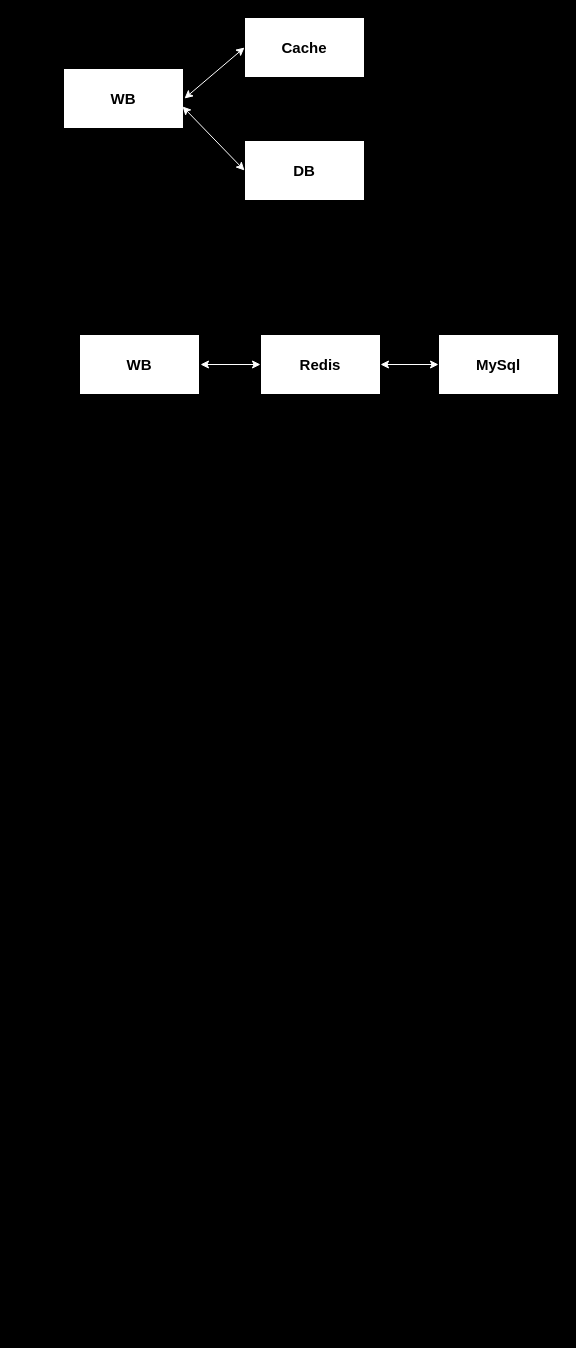
easy-chu/Pebble keeps this draw.io diagram as temp.drawio. Above is the earlier version. Source tidied: cells renumbered, new cells numbered last; positions are measured from the earlier drawing's top-left corner, leaving out a move shared by most shapes. Both pictures are drawn from the tidied source at 100%, with x=0, y=0 at pixel (63, 17).
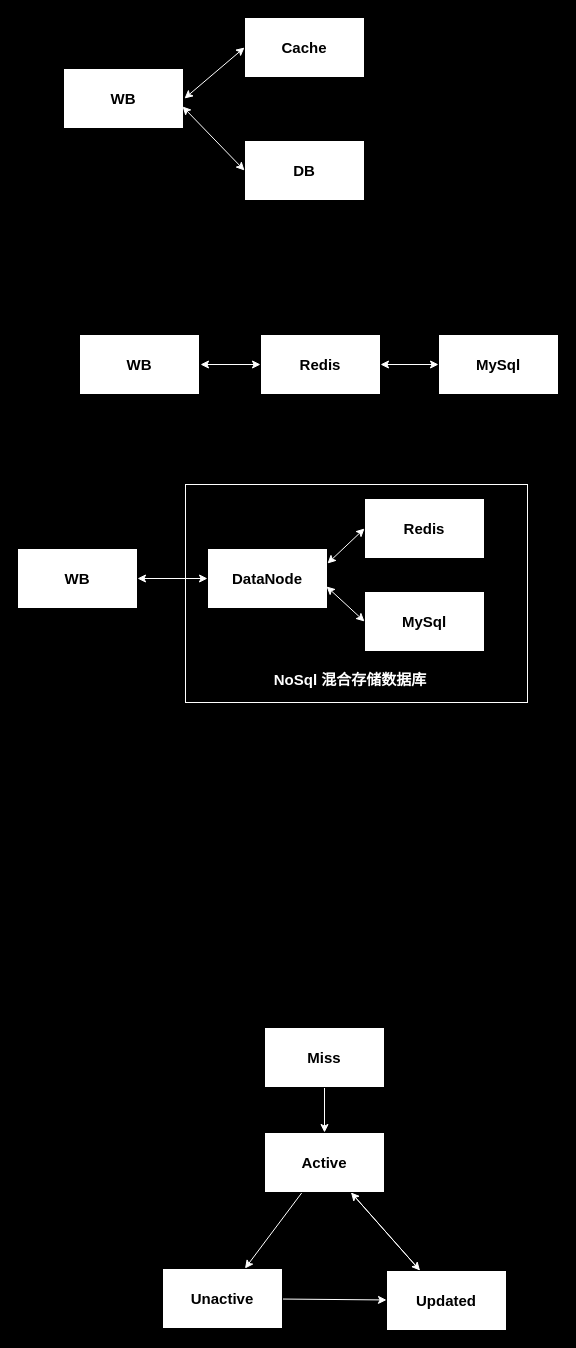
Above is the later version.

Diff of the diagram source:
```diff
@@
+    <mxCell id="14" value="DataNode" style="whiteSpace=wrap;html=1;fontSize=15;fontStyle=1;" parent="1" vertex="1">
+      <mxGeometry x="144" y="531" width="120" height="60" as="geometry" />
+    </mxCell>
+    <mxCell id="15" value="Redis" style="whiteSpace=wrap;html=1;fontSize=15;fontStyle=1;" parent="1" vertex="1">
+      <mxGeometry x="301" y="481" width="120" height="60" as="geometry" />
+    </mxCell>
+    <mxCell id="16" value="MySql" style="whiteSpace=wrap;html=1;fontSize=15;fontStyle=1;" parent="1" vertex="1">
+      <mxGeometry x="301" y="574" width="120" height="60" as="geometry" />
+    </mxCell>
+    <mxCell id="17" style="endArrow=classic;startArrow=classic;html=1;fontSize=15;entryX=0;entryY=0.5;entryDx=0;entryDy=0;exitX=1;exitY=0.5;exitDx=0;exitDy=0;" parent="1" edge="1" source="14" target="15">
+      <mxGeometry relative="1" as="geometry" />
+    </mxCell>
+    <mxCell id="18" style="endArrow=classic;startArrow=classic;html=1;strokeColor=#FFFFFF;entryX=0;entryY=0.5;entryDx=0;entryDy=0;exitX=1;exitY=0.25;exitDx=0;exitDy=0;" parent="1" edge="1" source="14" target="15">
+      <mxGeometry relative="1" as="geometry" />
+    </mxCell>
+    <mxCell id="19" style="endArrow=classic;startArrow=classic;html=1;strokeColor=#FFFFFF;entryX=0;entryY=0.5;entryDx=0;entryDy=0;exitX=0.992;exitY=0.633;exitDx=0;exitDy=0;exitPerimeter=0;" parent="1" edge="1" source="14" target="16">
+      <mxGeometry relative="1" as="geometry" />
+    </mxCell>
+    <mxCell id="20" style="edgeStyle=orthogonalEdgeStyle;curved=0;rounded=1;sketch=0;jettySize=auto;html=1;strokeColor=#FFFFFF;startArrow=classic;startFill=1;" parent="1" edge="1" source="21" target="14">
+      <mxGeometry relative="1" as="geometry" />
+    </mxCell>
+    <mxCell id="21" value="WB" style="whiteSpace=wrap;html=1;fontSize=15;fontStyle=1;" parent="1" vertex="1">
+      <mxGeometry x="-46" y="531" width="120" height="60" as="geometry" />
+    </mxCell>
+    <mxCell id="22" style="edgeStyle=none;rounded=1;sketch=0;jettySize=auto;html=1;startArrow=none;startFill=0;strokeColor=#FFFFFF;" parent="1" edge="1" source="23" target="26">
+      <mxGeometry relative="1" as="geometry" />
+    </mxCell>
+    <mxCell id="23" value="Updated" style="whiteSpace=wrap;html=1;fontSize=15;fontStyle=1;" parent="1" vertex="1">
+      <mxGeometry x="323" y="1253" width="120" height="60" as="geometry" />
+    </mxCell>
+    <mxCell id="24" style="rounded=1;sketch=0;jettySize=auto;html=1;startArrow=none;startFill=0;strokeColor=#FFFFFF;" parent="1" edge="1" source="26" target="28">
+      <mxGeometry relative="1" as="geometry" />
+    </mxCell>
+    <mxCell id="25" style="edgeStyle=none;rounded=1;sketch=0;jettySize=auto;html=1;startArrow=none;startFill=0;strokeColor=#FFFFFF;" parent="1" edge="1" source="26" target="23">
+      <mxGeometry relative="1" as="geometry" />
+    </mxCell>
+    <mxCell id="26" value="Active" style="whiteSpace=wrap;html=1;fontSize=15;fontStyle=1;" parent="1" vertex="1">
+      <mxGeometry x="201" y="1115" width="120" height="60" as="geometry" />
+    </mxCell>
+    <mxCell id="27" style="edgeStyle=none;rounded=1;sketch=0;jettySize=auto;html=1;startArrow=none;startFill=0;strokeColor=#FFFFFF;" parent="1" edge="1" source="28" target="23">
+      <mxGeometry relative="1" as="geometry" />
+    </mxCell>
+    <mxCell id="28" value="Unactive" style="whiteSpace=wrap;html=1;fontSize=15;fontStyle=1;" parent="1" vertex="1">
+      <mxGeometry x="99" y="1251" width="120" height="60" as="geometry" />
+    </mxCell>
+    <mxCell id="29" style="rounded=1;sketch=0;jettySize=auto;html=1;startArrow=none;startFill=0;strokeColor=#FFFFFF;" parent="1" edge="1" source="30" target="26">
+      <mxGeometry relative="1" as="geometry" />
+    </mxCell>
+    <mxCell id="30" value="Miss" style="whiteSpace=wrap;html=1;fontSize=15;fontStyle=1;" parent="1" vertex="1">
+      <mxGeometry x="201" y="1010" width="120" height="60" as="geometry" />
+    </mxCell>
+    <mxCell id="31" style="rounded=0;whiteSpace=wrap;html=1;sketch=0;fillColor=none;strokeColor=#FFFFFF;" parent="1" vertex="1">
+      <mxGeometry x="122" y="467" width="342" height="218" as="geometry" />
+    </mxCell>
+    <mxCell id="32" value="&lt;font style=&quot;font-size: 15px;&quot;&gt;&lt;b style=&quot;font-size: 15px;&quot;&gt;NoSql 混合存储数据库&lt;/b&gt;&lt;/font&gt;" style="text;html=1;strokeColor=none;fillColor=none;align=center;verticalAlign=middle;whiteSpace=wrap;rounded=0;sketch=0;labelBackgroundColor=none;fontColor=#FFFFFF;fontSize=15;" parent="1" vertex="1">
+      <mxGeometry x="203" y="639" width="168" height="46" as="geometry" />
+    </mxCell>
```
